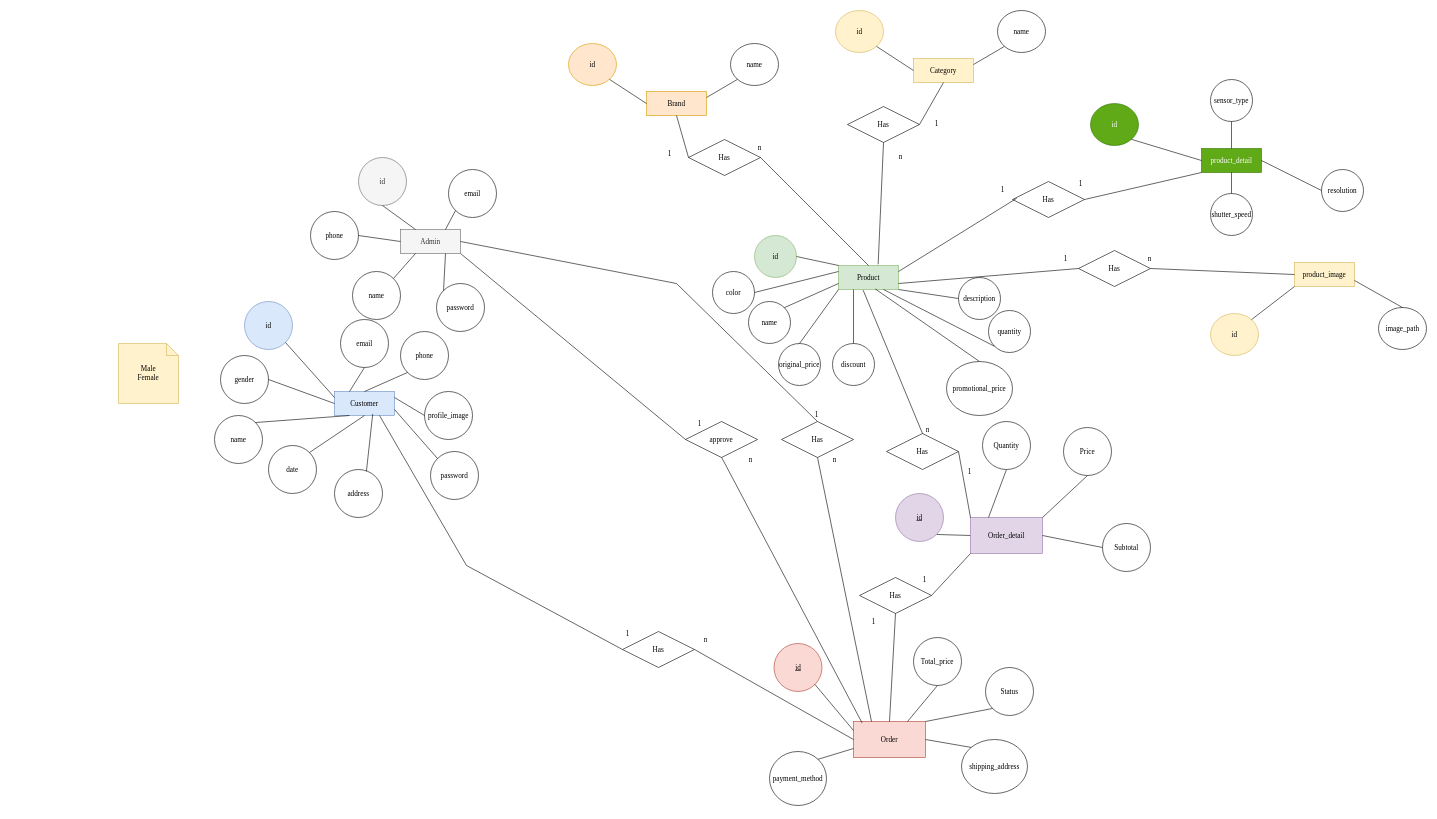
Above: page "Page-1" (1 of 2) of CameraStore.drawio in FlashTM123/assignment (draw.io), before the change. Source tidied: cells renumbered, new cells numbered last; positions are measured from the earlier drawing's top-left corner, leaving out a move shared by most shapes. Both pictures are drawn from the tidied source at 60%, with x=0, y=0 at pixel (118, 10).
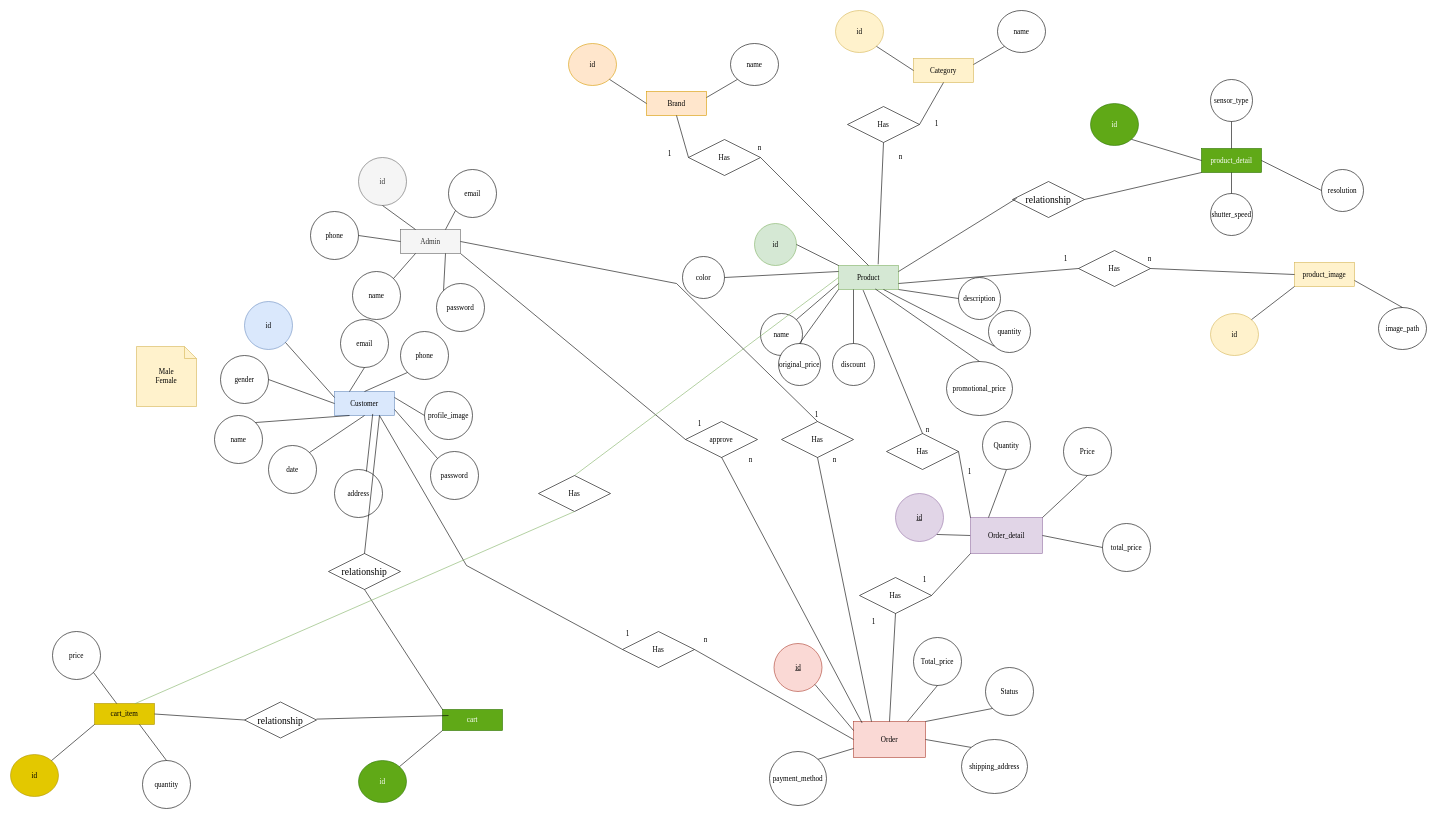
The same diagram, later.

The change refers to these unchanged cells:
```xml
<mxCell id="2" value="Product" style="whiteSpace=wrap;html=1;align=center;fontFamily=Times New Roman;fillColor=#d5e8d4;strokeColor=#82b366;fontSize=12;" parent="1" vertex="1">
  <mxGeometry x="1200" y="425" width="100" height="40" as="geometry" />
</mxCell>
<mxCell id="14" value="Customer" style="whiteSpace=wrap;html=1;align=center;fontFamily=Times New Roman;fillColor=#dae8fc;strokeColor=#6c8ebf;fontSize=12;" parent="1" vertex="1">
  <mxGeometry x="360" y="635" width="100" height="40" as="geometry" />
</mxCell>
```

The edit, as a diff of the source:
```diff
@@
     <mxCell id="31" value="id" style="ellipse;whiteSpace=wrap;html=1;align=center;fontFamily=Times New Roman;fillColor=#d5e8d4;strokeColor=#82b366;fontSize=12;" parent="1" vertex="1">
-      <mxGeometry x="1060" y="375" width="70" height="70" as="geometry" />
+      <mxGeometry x="1060" y="355" width="70" height="70" as="geometry" />
     </mxCell>
     <mxCell id="32" value="name" style="ellipse;whiteSpace=wrap;html=1;align=center;fontFamily=Times New Roman;fontSize=12;" parent="1" vertex="1">
-      <mxGeometry x="1050" y="485" width="70" height="70" as="geometry" />
+      <mxGeometry x="1070" y="505" width="70" height="70" as="geometry" />
     </mxCell>
@@
     <mxCell id="64" value="color" style="ellipse;whiteSpace=wrap;html=1;align=center;fontFamily=Times New Roman;fontSize=12;" parent="1" vertex="1">
-      <mxGeometry x="990" y="435" width="70" height="70" as="geometry" />
+      <mxGeometry x="940" y="410" width="70" height="70" as="geometry" />
     </mxCell>
@@
-    <mxCell id="95" value="Subtotal" style="ellipse;whiteSpace=wrap;html=1;align=center;fontFamily=Times New Roman;fontSize=12;" parent="1" vertex="1">
+    <mxCell id="95" value="total_price" style="ellipse;whiteSpace=wrap;html=1;align=center;fontFamily=Times New Roman;fontSize=12;" parent="1" vertex="1">
       <mxGeometry x="1640" y="855" width="80" height="80" as="geometry" />
     </mxCell>
@@
-    <mxCell id="118" value="Has" style="shape=rhombus;perimeter=rhombusPerimeter;whiteSpace=wrap;html=1;align=center;fontFamily=Times New Roman;fontSize=12;" parent="1" vertex="1">
+    <mxCell id="118" value="relationship" style="shape=rhombus;perimeter=rhombusPerimeter;whiteSpace=wrap;html=1;align=center;fontFamily=Times New Roman;fontSize=16;" parent="1" vertex="1">
       <mxGeometry x="1490" y="285" width="120" height="60" as="geometry" />
     </mxCell>
@@
-    <mxCell id="121" value="1" style="text;strokeColor=none;fillColor=none;spacingLeft=4;spacingRight=4;overflow=hidden;fontSize=12;whiteSpace=wrap;html=1;fontFamily=Times New Roman;" parent="1" vertex="1">
-      <mxGeometry x="1465" y="285" width="40" height="30" as="geometry" />
-    </mxCell>
-    <mxCell id="122" value="1" style="text;strokeColor=none;fillColor=none;spacingLeft=4;spacingRight=4;overflow=hidden;fontSize=12;whiteSpace=wrap;html=1;fontFamily=Times New Roman;" parent="1" vertex="1">
-      <mxGeometry x="1595" y="275" width="40" height="30" as="geometry" />
-    </mxCell>
@@
     <mxCell id="133" value="&lt;div&gt;Male&lt;/div&gt;&lt;div&gt;Female&lt;/div&gt;" style="shape=note;size=20;whiteSpace=wrap;html=1;fontFamily=Times New Roman;fillColor=#fff2cc;strokeColor=#d6b656;fontSize=12;" parent="1" vertex="1">
-      <mxGeometry y="555" width="100" height="100" as="geometry" />
+      <mxGeometry x="30" y="560" width="100" height="100" as="geometry" />
     </mxCell>
@@
+    <mxCell id="139" value="cart" style="whiteSpace=wrap;html=1;align=center;fontFamily=Times New Roman;fillColor=#60a917;strokeColor=#2D7600;fontSize=12;fontColor=#ffffff;" parent="1" vertex="1">
+      <mxGeometry x="540" y="1165" width="100" height="35" as="geometry" />
+    </mxCell>
+    <mxCell id="140" value="id" style="ellipse;whiteSpace=wrap;html=1;align=center;fontFamily=Times New Roman;fillColor=#60a917;strokeColor=#2D7600;fontSize=12;fontColor=#ffffff;" parent="1" vertex="1">
+      <mxGeometry x="400" y="1250" width="80" height="70" as="geometry" />
+    </mxCell>
+    <mxCell id="141" style="endArrow=none;html=1;rounded=0;exitX=1;exitY=0;exitDx=0;exitDy=0;entryX=0;entryY=1;entryDx=0;entryDy=0;fontSize=12;" parent="1" edge="1" source="140" target="139">
+      <mxGeometry relative="1" as="geometry" />
+    </mxCell>
+    <mxCell id="142" value="cart_item" style="whiteSpace=wrap;html=1;align=center;fontFamily=Times New Roman;fillColor=#e3c800;strokeColor=#B09500;fontSize=12;fontColor=#000000;" parent="1" vertex="1">
+      <mxGeometry x="-40" y="1155" width="100" height="35" as="geometry" />
+    </mxCell>
+    <mxCell id="143" value="id" style="ellipse;whiteSpace=wrap;html=1;align=center;fontFamily=Times New Roman;fillColor=#e3c800;strokeColor=#B09500;fontSize=12;fontColor=#000000;" parent="1" vertex="1">
+      <mxGeometry x="-180" y="1240" width="80" height="70" as="geometry" />
+    </mxCell>
+    <mxCell id="144" style="endArrow=none;html=1;rounded=0;exitX=1;exitY=0;exitDx=0;exitDy=0;entryX=0;entryY=1;entryDx=0;entryDy=0;fontSize=12;" parent="1" edge="1" source="143" target="142">
+      <mxGeometry relative="1" as="geometry" />
+    </mxCell>
+    <mxCell id="145" value="relationship" style="shape=rhombus;perimeter=rhombusPerimeter;whiteSpace=wrap;html=1;align=center;fontFamily=Times New Roman;fontSize=16;" parent="1" vertex="1">
+      <mxGeometry x="350" y="905" width="120" height="60" as="geometry" />
+    </mxCell>
+    <mxCell id="146" style="endArrow=none;html=1;rounded=0;entryX=0.5;entryY=0;entryDx=0;entryDy=0;exitX=0.75;exitY=1;exitDx=0;exitDy=0;fontSize=12;" parent="1" edge="1" source="14" target="145">
+      <mxGeometry relative="1" as="geometry" />
+    </mxCell>
+    <mxCell id="147" style="endArrow=none;html=1;rounded=0;entryX=0.5;entryY=1;entryDx=0;entryDy=0;exitX=0;exitY=0;exitDx=0;exitDy=0;fontSize=12;" parent="1" edge="1" source="139" target="145">
+      <mxGeometry relative="1" as="geometry" />
+    </mxCell>
+    <mxCell id="148" value="quantity" style="ellipse;whiteSpace=wrap;html=1;align=center;fontFamily=Times New Roman;fontSize=12;" parent="1" vertex="1">
+      <mxGeometry x="40" y="1250" width="80" height="80" as="geometry" />
+    </mxCell>
+    <mxCell id="149" value="price" style="ellipse;whiteSpace=wrap;html=1;align=center;fontFamily=Times New Roman;fontSize=12;" parent="1" vertex="1">
+      <mxGeometry x="-110" y="1035" width="80" height="80" as="geometry" />
+    </mxCell>
+    <mxCell id="150" style="endArrow=none;html=1;rounded=0;exitX=1;exitY=1;exitDx=0;exitDy=0;fontSize=12;" parent="1" edge="1" source="149" target="142">
+      <mxGeometry relative="1" as="geometry" />
+    </mxCell>
+    <mxCell id="151" style="endArrow=none;html=1;rounded=0;exitX=0.5;exitY=0;exitDx=0;exitDy=0;fontSize=12;entryX=0.75;entryY=1;entryDx=0;entryDy=0;" parent="1" edge="1" source="148" target="142">
+      <mxGeometry relative="1" as="geometry" />
+    </mxCell>
+    <mxCell id="152" value="relationship" style="shape=rhombus;perimeter=rhombusPerimeter;whiteSpace=wrap;html=1;align=center;fontFamily=Times New Roman;fontSize=16;" parent="1" vertex="1">
+      <mxGeometry x="210" y="1152.5" width="120" height="60" as="geometry" />
+    </mxCell>
+    <mxCell id="153" style="endArrow=none;html=1;rounded=0;exitX=0;exitY=0;exitDx=0;exitDy=0;fontSize=12;" parent="1" edge="1">
+      <mxGeometry relative="1" as="geometry">
+        <mxPoint x="550" y="1175" as="sourcePoint" />
+        <mxPoint x="330" y="1181" as="targetPoint" />
+      </mxGeometry>
+    </mxCell>
+    <mxCell id="154" style="endArrow=none;html=1;rounded=0;exitX=0;exitY=0.5;exitDx=0;exitDy=0;fontSize=12;entryX=1;entryY=0.5;entryDx=0;entryDy=0;" parent="1" edge="1" source="152" target="142">
+      <mxGeometry relative="1" as="geometry" />
+    </mxCell>
+    <mxCell id="155" style="endArrow=none;html=1;rounded=0;entryX=0;entryY=0.5;entryDx=0;entryDy=0;fontSize=12;fillColor=#d5e8d4;strokeColor=#82b366;" parent="1" edge="1" target="2">
+      <mxGeometry relative="1" as="geometry">
+        <mxPoint x="760" y="775" as="sourcePoint" />
+      </mxGeometry>
+    </mxCell>
+    <mxCell id="156" value="Has" style="shape=rhombus;perimeter=rhombusPerimeter;whiteSpace=wrap;html=1;align=center;fontFamily=Times New Roman;fontSize=12;" parent="1" vertex="1">
+      <mxGeometry x="700" y="775" width="120" height="60" as="geometry" />
+    </mxCell>
+    <mxCell id="157" style="endArrow=none;html=1;rounded=0;entryX=0.673;entryY=0.01;entryDx=0;entryDy=0;fontSize=12;exitX=0.5;exitY=1;exitDx=0;exitDy=0;entryPerimeter=0;fillColor=#d5e8d4;strokeColor=#82b366;" parent="1" edge="1" source="156" target="142">
+      <mxGeometry relative="1" as="geometry" />
+    </mxCell>
```
